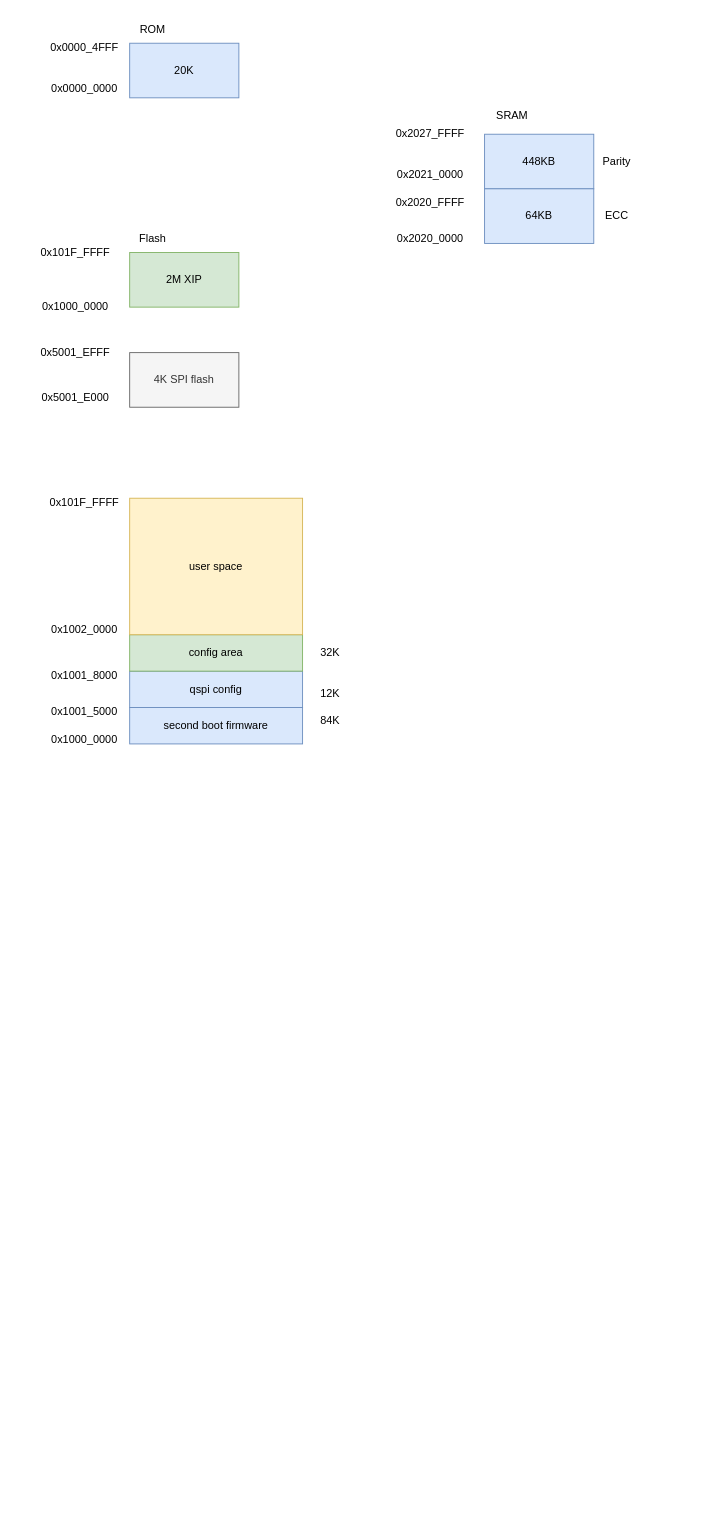
This is page "memory_layout" (1 of 3) of renesas.drawio from thomas-coding/drawio, a draw.io file, before an edit. Source tidied: cells renumbered, new cells numbered last; positions are measured from the earlier drawing's top-left corner, leaving out a move shared by most shapes. Both pictures are drawn from the tidied source at 91%, with x=0, y=0 at pixel (29, 15).
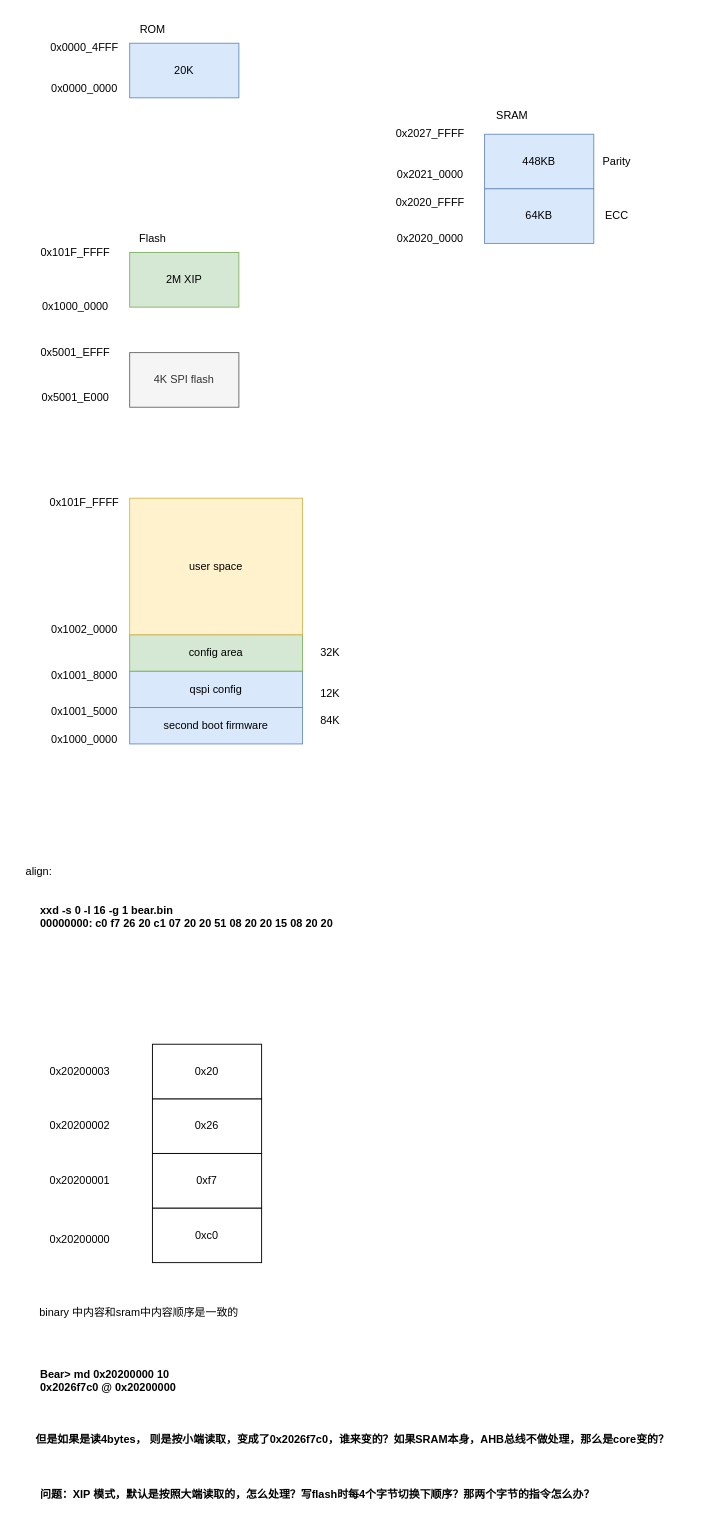
Above is the later version.

Change to the diagram source:
```diff
@@
+    <mxCell id="34" value="0xc0" style="rounded=0;whiteSpace=wrap;html=1;" parent="1" vertex="1">
+      <mxGeometry x="135" y="1310" width="120" height="60" as="geometry" />
+    </mxCell>
+    <mxCell id="35" value="0xf7" style="rounded=0;whiteSpace=wrap;html=1;" parent="1" vertex="1">
+      <mxGeometry x="135" y="1250" width="120" height="60" as="geometry" />
+    </mxCell>
+    <mxCell id="36" value="0x26" style="rounded=0;whiteSpace=wrap;html=1;" parent="1" vertex="1">
+      <mxGeometry x="135" y="1190" width="120" height="60" as="geometry" />
+    </mxCell>
+    <mxCell id="37" value="0x20" style="rounded=0;whiteSpace=wrap;html=1;" parent="1" vertex="1">
+      <mxGeometry x="135" y="1130" width="120" height="60" as="geometry" />
+    </mxCell>
+    <mxCell id="38" value="0x20200000" style="text;html=1;align=center;verticalAlign=middle;strokeColor=none;fillColor=none;" parent="1" vertex="1">
+      <mxGeometry x="10" y="1330" width="90" height="30" as="geometry" />
+    </mxCell>
+    <mxCell id="39" value="0x20200001" style="text;html=1;align=center;verticalAlign=middle;strokeColor=none;fillColor=none;" parent="1" vertex="1">
+      <mxGeometry x="10" y="1265" width="90" height="30" as="geometry" />
+    </mxCell>
+    <mxCell id="40" value="0x20200002" style="text;html=1;align=center;verticalAlign=middle;strokeColor=none;fillColor=none;" parent="1" vertex="1">
+      <mxGeometry x="10" y="1205" width="90" height="30" as="geometry" />
+    </mxCell>
+    <mxCell id="41" value="0x20200003" style="text;html=1;align=center;verticalAlign=middle;strokeColor=none;fillColor=none;" parent="1" vertex="1">
+      <mxGeometry x="10" y="1145" width="90" height="30" as="geometry" />
+    </mxCell>
+    <mxCell id="42" value="&lt;div&gt;xxd -s 0 -l 16 -g 1 bear.bin&amp;nbsp;&lt;/div&gt;&lt;div&gt;00000000: c0 f7 26 20 c1 07 20 20 51 08 20 20 15 08 20 20&lt;/div&gt;" style="text;html=1;align=left;verticalAlign=middle;strokeColor=none;fillColor=none;fontStyle=1;" parent="1" vertex="1">
+      <mxGeometry x="10" y="970" width="350" height="40" as="geometry" />
+    </mxCell>
+    <mxCell id="43" value="align:" style="text;html=1;align=center;verticalAlign=middle;strokeColor=none;fillColor=none;" parent="1" vertex="1">
+      <mxGeometry x="-15" y="925" width="50" height="30" as="geometry" />
+    </mxCell>
+    <mxCell id="44" value="binary 中内容和sram中内容顺序是一致的" style="text;html=1;align=center;verticalAlign=middle;strokeColor=none;fillColor=none;" parent="1" vertex="1">
+      <mxGeometry y="1410" width="240" height="30" as="geometry" />
+    </mxCell>
+    <mxCell id="45" value="&lt;div&gt;Bear&amp;gt; md 0x20200000 10&lt;/div&gt;&lt;div&gt;0x2026f7c0 @ 0x20200000&lt;/div&gt;" style="text;html=1;align=left;verticalAlign=middle;strokeColor=none;fillColor=none;fontStyle=1;" parent="1" vertex="1">
+      <mxGeometry x="10" y="1480" width="170" height="40" as="geometry" />
+    </mxCell>
+    <mxCell id="46" value="但是如果是读4bytes， 则是按小端读取，变成了0x2026f7c0，谁来变的？如果SRAM本身，AHB总线不做处理，那么是core变的？" style="text;html=1;align=left;verticalAlign=middle;strokeColor=none;fillColor=none;fontStyle=1;" parent="1" vertex="1">
+      <mxGeometry x="5" y="1550" width="720" height="30" as="geometry" />
+    </mxCell>
+    <mxCell id="47" value="问题：XIP 模式，默认是按照大端读取的，怎么处理？写flash时每4个字节切换下顺序？那两个字节的指令怎么办？" style="text;html=1;align=left;verticalAlign=middle;strokeColor=none;fillColor=none;fontStyle=1;" parent="1" vertex="1">
+      <mxGeometry x="10" y="1610" width="630" height="30" as="geometry" />
+    </mxCell>
```
